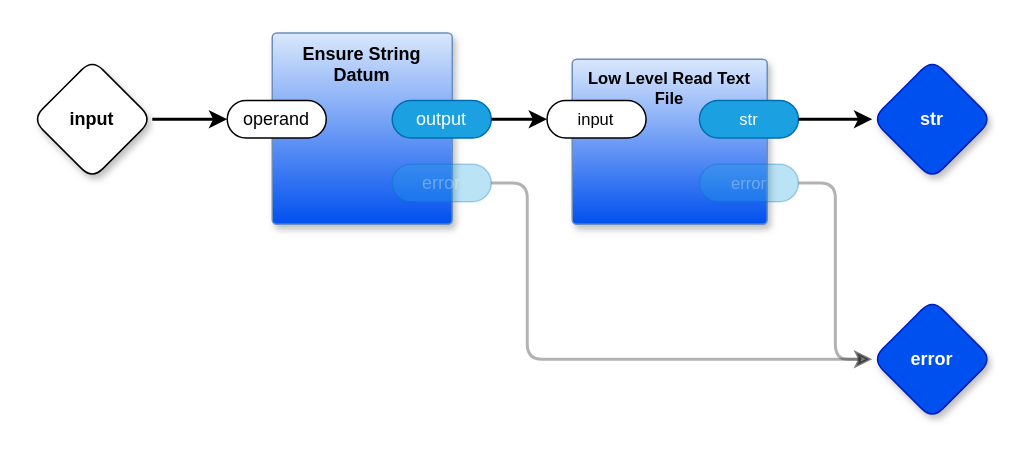
guitarvydas/0D keeps this draw.io diagram as page "Read Text File" (4 of 7) of odin/std/transpile.drawio. Above is the earlier version. Source tidied: cells renumbered, new cells numbered last; positions are measured from the earlier drawing's top-left corner, leaving out a move shared by most shapes. Both pictures are drawn from the tidied source at 150%, with x=0, y=0 at pixel (32, 32).
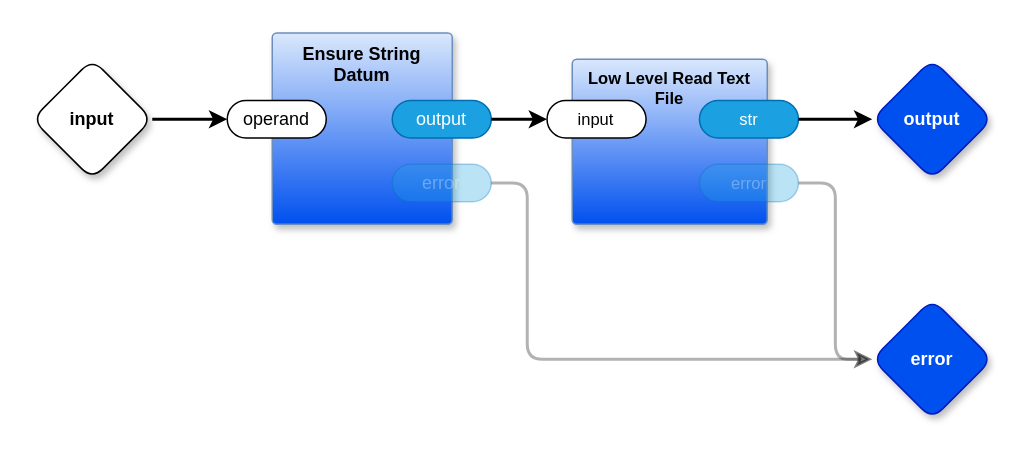
After the change.

Commit message (it also covers changes not shown here):
null.js ; "output" for "Read Text File" in transpile.drawio

Change to the diagram source:
```diff
@@
 <mxGraphModel>
   <root>
     <mxCell id="0" />
     <mxCell id="1" parent="0" />
     <mxCell id="2" value="Ensure String Datum" style="rounded=1;whiteSpace=wrap;html=1;sketch=0;verticalAlign=top;arcSize=6;fontStyle=1;absoluteArcSize=1;shadow=1;strokeColor=#6c8ebf;fillColor=#dae8fc;gradientColor=#0050EF;" parent="1" vertex="1">
       <mxGeometry x="160" y="0.5" width="120" height="127.5" as="geometry" />
     </mxCell>
     <mxCell id="3" value="operand" style="rounded=1;whiteSpace=wrap;html=1;sketch=0;points=[[0,0.5,0,0,0],[1,0.5,0,0,0]];arcSize=50;" parent="2" vertex="1">
       <mxGeometry x="-30" y="45" width="66" height="25" as="geometry" />
     </mxCell>
     <mxCell id="4" value="output" style="rounded=1;whiteSpace=wrap;html=1;sketch=0;points=[[0,0.5,0,0,0],[1,0.5,0,0,0]];fillColor=#1ba1e2;fontColor=#ffffff;strokeColor=#006EAF;arcSize=50;" parent="2" vertex="1">
       <mxGeometry x="80" y="45" width="66" height="25" as="geometry" />
     </mxCell>
     <mxCell id="5" value="error" style="rounded=1;whiteSpace=wrap;html=1;sketch=0;points=[[0,0.5,0,0,0],[1,0.5,0,0,0]];fillColor=#1ba1e2;fontColor=#ffffff;strokeColor=#006EAF;arcSize=50;opacity=30;textOpacity=30;" parent="2" vertex="1">
       <mxGeometry x="80" y="87.5" width="66" height="25" as="geometry" />
     </mxCell>
     <mxCell id="6" value="Low Level Read Text File" style="rounded=1;whiteSpace=wrap;html=1;sketch=0;verticalAlign=top;arcSize=6;fontStyle=1;absoluteArcSize=1;shadow=1;strokeColor=#6c8ebf;fillColor=#dae8fc;fontFamily=Helvetica;fontSize=11;gradientColor=#0050EF;" parent="1" vertex="1">
       <mxGeometry x="360" y="18" width="130" height="110" as="geometry" />
     </mxCell>
     <mxCell id="7" value="input" style="rounded=1;whiteSpace=wrap;html=1;sketch=0;points=[[0,0.5,0,0,0],[1,0.5,0,0,0]];arcSize=50;fontFamily=Helvetica;fontSize=11;fontColor=default;" parent="6" vertex="1">
       <mxGeometry x="-16.8" y="27.5" width="66" height="25" as="geometry" />
     </mxCell>
     <mxCell id="8" value="str" style="rounded=1;whiteSpace=wrap;html=1;sketch=0;points=[[0,0.5,0,0,0],[1,0.5,0,0,0]];fillColor=#1ba1e2;fontColor=#ffffff;strokeColor=#006EAF;arcSize=50;fontFamily=Helvetica;fontSize=11;" parent="6" vertex="1">
       <mxGeometry x="84.8" y="27.5" width="66" height="25" as="geometry" />
     </mxCell>
     <mxCell id="9" value="error" style="rounded=1;whiteSpace=wrap;html=1;sketch=0;points=[[0,0.5,0,0,0],[1,0.5,0,0,0]];fillColor=#1ba1e2;fontColor=#ffffff;strokeColor=#006EAF;arcSize=50;fontFamily=Helvetica;fontSize=11;textOpacity=30;opacity=30;" parent="6" vertex="1">
       <mxGeometry x="84.8" y="70" width="66" height="25" as="geometry" />
     </mxCell>
     <mxCell id="10" style="edgeStyle=orthogonalEdgeStyle;shape=connector;rounded=1;jettySize=auto;html=1;exitX=1;exitY=0.5;exitDx=0;exitDy=0;exitPerimeter=0;labelBackgroundColor=default;strokeColor=default;strokeWidth=2;fontFamily=Helvetica;fontSize=11;fontColor=default;endArrow=classic;entryX=0;entryY=0.5;entryDx=0;entryDy=0;entryPerimeter=0;opacity=30;" parent="1" edge="1" source="5" target="15">
       <mxGeometry relative="1" as="geometry">
         <Array as="points">
           <mxPoint x="330" y="101" />
           <mxPoint x="330" y="218" />
         </Array>
       </mxGeometry>
     </mxCell>
     <mxCell id="11" style="edgeStyle=orthogonalEdgeStyle;shape=connector;rounded=1;jettySize=auto;html=1;entryX=0;entryY=0.5;entryDx=0;entryDy=0;entryPerimeter=0;labelBackgroundColor=default;strokeColor=default;strokeWidth=2;fontFamily=Helvetica;fontSize=11;fontColor=default;endArrow=classic;" parent="1" edge="1" source="12" target="3">
       <mxGeometry relative="1" as="geometry" />
     </mxCell>
     <mxCell id="12" value="input" style="rhombus;whiteSpace=wrap;html=1;rounded=1;fontStyle=1;glass=0;sketch=0;fontSize=12;points=[[0,0.5,0,0,0],[0.5,0,0,0,0],[0.5,1,0,0,0],[1,0.5,0,0,0]];shadow=1;fontFamily=Helvetica;fontColor=default;" parent="1" vertex="1">
       <mxGeometry y="18" width="80" height="80" as="geometry" />
     </mxCell>
-    <mxCell id="13" value="str" style="rhombus;whiteSpace=wrap;html=1;rounded=1;fillColor=#0050ef;fontColor=#ffffff;strokeColor=#001DBC;fontStyle=1;glass=0;sketch=0;fontSize=12;points=[[0,0.5,0,0,0],[0.5,0,0,0,0],[0.5,1,0,0,0],[1,0.5,0,0,0]];shadow=1;fontFamily=Helvetica;" parent="1" vertex="1">
+    <mxCell id="13" value="output" style="rhombus;whiteSpace=wrap;html=1;rounded=1;fillColor=#0050ef;fontColor=#ffffff;strokeColor=#001DBC;fontStyle=1;glass=0;sketch=0;fontSize=12;points=[[0,0.5,0,0,0],[0.5,0,0,0,0],[0.5,1,0,0,0],[1,0.5,0,0,0]];shadow=1;fontFamily=Helvetica;" parent="1" vertex="1">
       <mxGeometry x="560" y="18" width="80" height="80" as="geometry" />
     </mxCell>
     <mxCell id="14" style="edgeStyle=orthogonalEdgeStyle;shape=connector;rounded=1;jettySize=auto;html=1;exitX=1;exitY=0.5;exitDx=0;exitDy=0;exitPerimeter=0;entryX=0;entryY=0.5;entryDx=0;entryDy=0;entryPerimeter=0;labelBackgroundColor=default;strokeColor=default;strokeWidth=2;fontFamily=Helvetica;fontSize=11;fontColor=default;endArrow=classic;" parent="1" edge="1" source="8" target="13">
       <mxGeometry relative="1" as="geometry" />
     </mxCell>
     <mxCell id="15" value="error" style="rhombus;whiteSpace=wrap;html=1;rounded=1;fillColor=#0050ef;fontColor=#ffffff;strokeColor=#001DBC;fontStyle=1;glass=0;sketch=0;fontSize=12;points=[[0,0.5,0,0,0],[0.5,0,0,0,0],[0.5,1,0,0,0],[1,0.5,0,0,0]];shadow=1;fontFamily=Helvetica;" parent="1" vertex="1">
       <mxGeometry x="560" y="178" width="80" height="80" as="geometry" />
     </mxCell>
     <mxCell id="16" style="edgeStyle=orthogonalEdgeStyle;shape=connector;rounded=1;jettySize=auto;html=1;exitX=1;exitY=0.5;exitDx=0;exitDy=0;exitPerimeter=0;entryX=0;entryY=0.5;entryDx=0;entryDy=0;entryPerimeter=0;labelBackgroundColor=default;strokeColor=default;strokeWidth=2;fontFamily=Helvetica;fontSize=11;fontColor=default;endArrow=classic;opacity=30;" parent="1" edge="1" source="9" target="15">
       <mxGeometry relative="1" as="geometry" />
     </mxCell>
     <mxCell id="17" style="edgeStyle=orthogonalEdgeStyle;shape=connector;rounded=1;jettySize=auto;html=1;exitX=1;exitY=0.5;exitDx=0;exitDy=0;exitPerimeter=0;entryX=0;entryY=0.5;entryDx=0;entryDy=0;entryPerimeter=0;labelBackgroundColor=default;strokeColor=default;strokeWidth=2;fontFamily=Helvetica;fontSize=11;fontColor=default;endArrow=classic;" parent="1" edge="1" source="4" target="7">
       <mxGeometry relative="1" as="geometry" />
     </mxCell>
   </root>
 </mxGraphModel>
```
